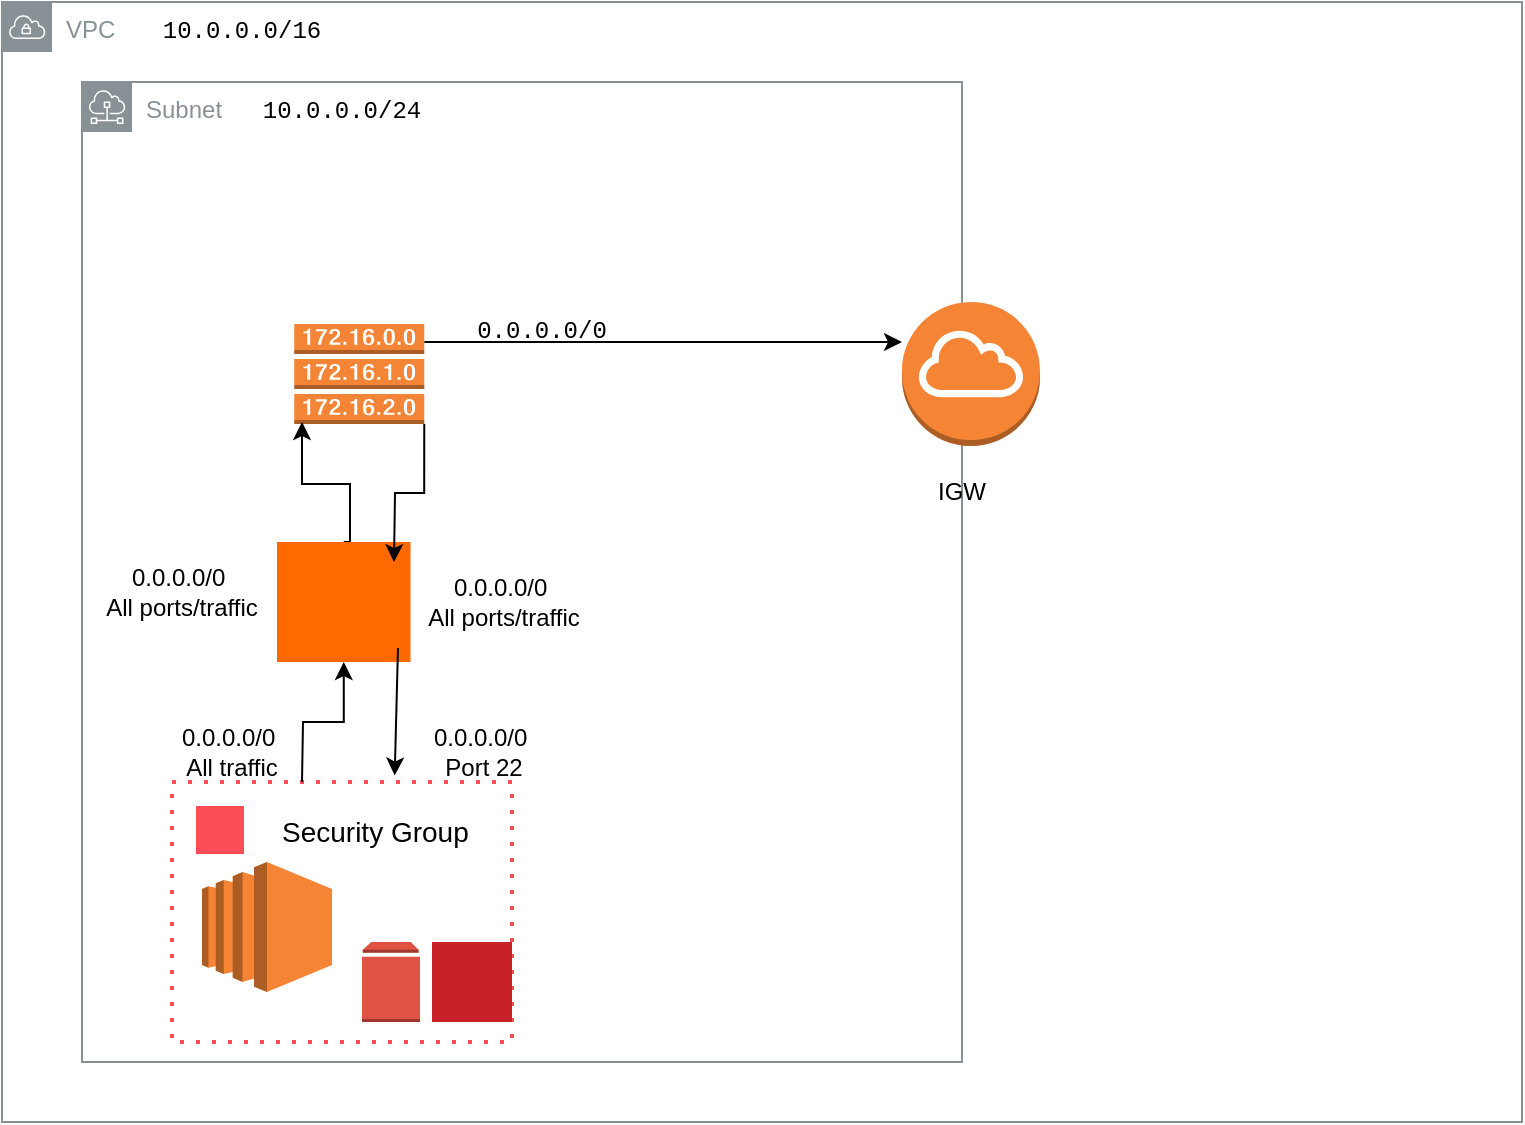
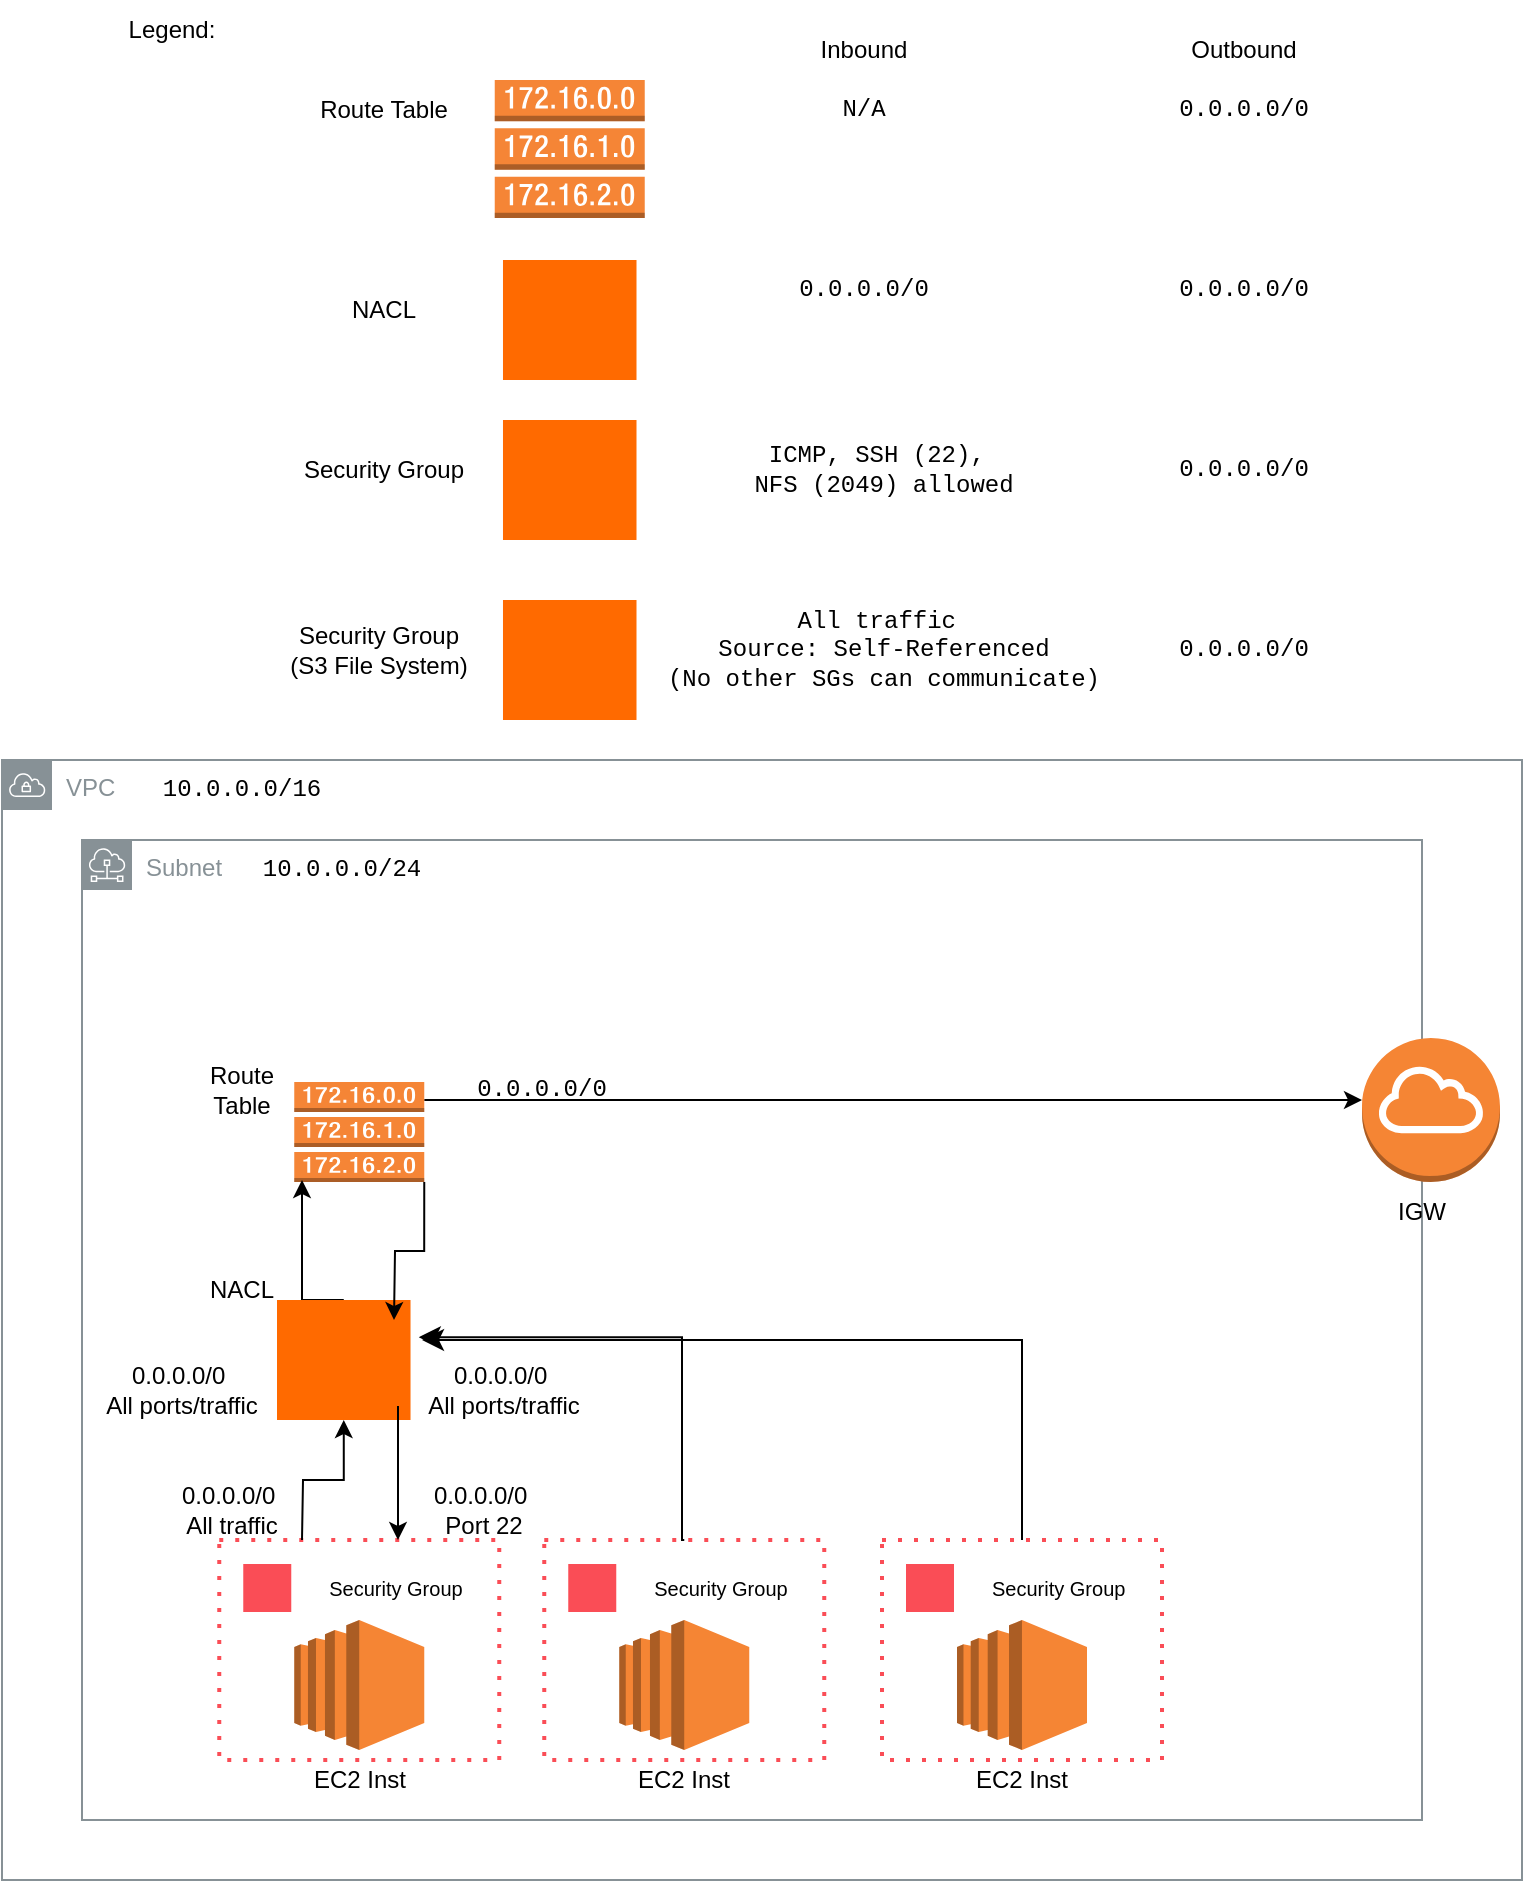
<mxfile host="app.diagrams.net">
  <diagram name="Page-1" id="99-FWLO-eOvYwbZzaP96">
-     <mxGraphModel dx="1030" dy="574" grid="1" gridSize="10" guides="1" tooltips="1" connect="1" arrows="1" fold="1" page="1" pageScale="1" pageWidth="850" pageHeight="1100" math="0" shadow="0">
+     <mxGraphModel dx="1030" dy="1674" grid="1" gridSize="10" guides="1" tooltips="1" connect="1" arrows="1" fold="1" page="1" pageScale="1" pageWidth="850" pageHeight="1100" math="0" shadow="0">
      <root>
        <mxCell id="0" />
        <mxCell id="1" parent="0" />
        <mxCell id="lAb9xAig6UtmX9_D0jyR-8" parent="1" style="sketch=0;outlineConnect=0;gradientColor=none;html=1;whiteSpace=wrap;fontSize=12;fontStyle=0;shape=mxgraph.aws4.group;grIcon=mxgraph.aws4.group_vpc;strokeColor=#879196;fillColor=none;verticalAlign=top;align=left;spacingLeft=30;fontColor=#879196;dashed=0;" value="VPC" vertex="1">
          <mxGeometry height="560" width="760" x="40" y="360" as="geometry" />
        </mxCell>
        <mxCell id="lAb9xAig6UtmX9_D0jyR-3" parent="1" style="sketch=0;outlineConnect=0;gradientColor=none;html=1;whiteSpace=wrap;fontSize=12;fontStyle=0;shape=mxgraph.aws4.group;grIcon=mxgraph.aws4.group_subnet;strokeColor=#879196;fillColor=none;verticalAlign=top;align=left;spacingLeft=30;fontColor=#879196;dashed=0;" value="Subnet" vertex="1">
-           <mxGeometry height="490" width="440" x="80" y="400" as="geometry" />
+           <mxGeometry height="490" width="670" x="80" y="400" as="geometry" />
        </mxCell>
        <mxCell id="lAb9xAig6UtmX9_D0jyR-20" edge="1" parent="1" source="lAb9xAig6UtmX9_D0jyR-2" style="edgeStyle=orthogonalEdgeStyle;rounded=0;orthogonalLoop=1;jettySize=auto;html=1;" target="lAb9xAig6UtmX9_D0jyR-9">
          <mxGeometry relative="1" as="geometry">
            <Array as="points">
              <mxPoint x="370" y="530" />
              <mxPoint x="370" y="530" />
            </Array>
          </mxGeometry>
        </mxCell>
        <mxCell id="lAb9xAig6UtmX9_D0jyR-2" parent="1" style="outlineConnect=0;dashed=0;verticalLabelPosition=bottom;verticalAlign=top;align=center;html=1;shape=mxgraph.aws3.route_table;fillColor=#F58536;gradientColor=none;" value="" vertex="1">
          <mxGeometry height="50" width="65" x="186.13" y="521" as="geometry" />
        </mxCell>
        <mxCell id="lAb9xAig6UtmX9_D0jyR-4" parent="1" style="container=1;collapsible=0;expand=0;recursiveResize=0;html=1;whiteSpace=wrap;strokeColor=#FA4D56;fillColor=none;dashed=1;dashPattern=1 3;strokeWidth=2" value="" vertex="1">
-           <mxGeometry height="130" width="170" x="125" y="750" as="geometry" />
-         </mxCell>
-         <mxCell id="lAb9xAig6UtmX9_D0jyR-5" parent="lAb9xAig6UtmX9_D0jyR-4" style="shape=rect;fillColor=none;aspect=fixed;resizable=0;labelPosition=right;verticalLabelPosition=middle;align=left;verticalAlign=middle;strokeColor=none;part=1;spacingLeft=5;fontSize=14;" value="Security Group" vertex="1">
+           <mxGeometry height="110" width="140" x="148.63" y="750" as="geometry" />
+         </mxCell>
+         <mxCell id="lAb9xAig6UtmX9_D0jyR-5" parent="lAb9xAig6UtmX9_D0jyR-4" style="shape=rect;fillColor=none;aspect=fixed;resizable=0;labelPosition=right;verticalLabelPosition=middle;align=left;verticalAlign=middle;strokeColor=none;part=1;spacingLeft=5;fontSize=10;" value="Security Group" vertex="1">
          <mxGeometry height="48" relative="1" width="48" as="geometry" />
        </mxCell>
        <mxCell id="lAb9xAig6UtmX9_D0jyR-6" parent="lAb9xAig6UtmX9_D0jyR-5" style="fillColor=#FA4D56;shape=mxgraph.ibm_cloud.group--security;strokeColor=none;dashed=0;outlineConnect=0;html=1;labelPosition=center;verticalLabelPosition=bottom;verticalAlign=top;part=1;movable=0;resizable=0;rotatable=0;" value="" vertex="1">
          <mxGeometry height="24" relative="1" width="24" as="geometry">
            <mxPoint x="12" y="12" as="offset" />
          </mxGeometry>
        </mxCell>
        <mxCell id="lAb9xAig6UtmX9_D0jyR-1" parent="lAb9xAig6UtmX9_D0jyR-4" style="outlineConnect=0;dashed=0;verticalLabelPosition=bottom;verticalAlign=top;align=center;html=1;shape=mxgraph.aws3.ec2;fillColor=#F58534;gradientColor=none;" value="" vertex="1">
-           <mxGeometry height="65" width="65" x="15" y="40" as="geometry" />
-         </mxCell>
-         <mxCell id="lAb9xAig6UtmX9_D0jyR-7" parent="lAb9xAig6UtmX9_D0jyR-4" style="fillColor=#C82128;aspect=fixed;sketch=0;pointerEvents=1;shadow=0;dashed=0;html=1;strokeColor=none;labelPosition=center;verticalLabelPosition=bottom;outlineConnect=0;verticalAlign=top;align=center;shape=mxgraph.openstack.nova_keypair;" value="" vertex="1">
-           <mxGeometry height="40" width="40" x="130" y="80" as="geometry" />
-         </mxCell>
-         <mxCell id="lAb9xAig6UtmX9_D0jyR-45" parent="lAb9xAig6UtmX9_D0jyR-4" style="outlineConnect=0;dashed=0;verticalLabelPosition=bottom;verticalAlign=top;align=center;html=1;shape=mxgraph.aws3.volume;fillColor=#E05243;gradientColor=none;" value="" vertex="1">
-           <mxGeometry height="40" width="29" x="95" y="80" as="geometry" />
+           <mxGeometry height="65" width="65" x="37.5" y="40" as="geometry" />
        </mxCell>
        <mxCell id="lAb9xAig6UtmX9_D0jyR-9" parent="1" style="outlineConnect=0;dashed=0;verticalLabelPosition=bottom;verticalAlign=top;align=center;html=1;shape=mxgraph.aws3.internet_gateway;fillColor=#F58534;gradientColor=none;" value="" vertex="1">
-           <mxGeometry height="72" width="69" x="490" y="510" as="geometry" />
+           <mxGeometry height="72" width="69" x="720" y="499" as="geometry" />
        </mxCell>
        <mxCell id="lAb9xAig6UtmX9_D0jyR-15" parent="1" style="text;html=1;whiteSpace=wrap;strokeColor=none;fillColor=none;align=center;verticalAlign=middle;rounded=0;autosize=1;resizable=0;fontFamily=Courier New;" value="10.0.0.0/16" vertex="1">
          <mxGeometry height="30" width="100" x="110" y="360" as="geometry" />
        </mxCell>
        <mxCell id="lAb9xAig6UtmX9_D0jyR-16" parent="1" style="text;html=1;whiteSpace=wrap;strokeColor=none;fillColor=none;align=center;verticalAlign=middle;rounded=0;autosize=1;resizable=0;fontFamily=Courier New;" value="10.0.0.0/24" vertex="1">
          <mxGeometry height="30" width="100" x="160" y="400" as="geometry" />
        </mxCell>
        <mxCell id="lAb9xAig6UtmX9_D0jyR-18" edge="1" parent="1" source="lAb9xAig6UtmX9_D0jyR-29" style="edgeStyle=orthogonalEdgeStyle;rounded=0;orthogonalLoop=1;jettySize=auto;html=1;exitX=0.5;exitY=0;exitDx=0;exitDy=0;">
          <mxGeometry relative="1" as="geometry">
            <Array as="points">
-               <mxPoint x="214" y="601" />
-               <mxPoint x="190" y="601" />
+               <mxPoint x="190" y="630" />
            </Array>
            <mxPoint x="190" y="750" as="sourcePoint" />
            <mxPoint x="190" y="570" as="targetPoint" />
          </mxGeometry>
        </mxCell>
        <mxCell id="lAb9xAig6UtmX9_D0jyR-21" parent="1" style="text;html=1;whiteSpace=wrap;strokeColor=none;fillColor=none;align=center;verticalAlign=middle;rounded=0;autosize=1;resizable=0;fontFamily=Courier New;" value="0.0.0.0/0" vertex="1">
          <mxGeometry height="30" width="90" x="265" y="510" as="geometry" />
        </mxCell>
        <mxCell id="lAb9xAig6UtmX9_D0jyR-22" parent="1" style="text;html=1;whiteSpace=wrap;strokeColor=none;fillColor=none;align=center;verticalAlign=middle;rounded=0;" value="IGW" vertex="1">
-           <mxGeometry height="30" width="60" x="490" y="590" as="geometry" />
+           <mxGeometry height="30" width="60" x="720" y="571" as="geometry" />
        </mxCell>
        <mxCell id="lAb9xAig6UtmX9_D0jyR-31" edge="1" parent="1" style="edgeStyle=orthogonalEdgeStyle;rounded=0;orthogonalLoop=1;jettySize=auto;html=1;exitX=0.5;exitY=0;exitDx=0;exitDy=0;entryX=0.5;entryY=1;entryDx=0;entryDy=0;entryPerimeter=0;" target="lAb9xAig6UtmX9_D0jyR-29" value="">
          <mxGeometry relative="1" as="geometry">
            <mxPoint x="190" y="750" as="sourcePoint" />
            <mxPoint x="190" y="571" as="targetPoint" />
          </mxGeometry>
        </mxCell>
        <mxCell id="lAb9xAig6UtmX9_D0jyR-29" parent="1" style="points=[];aspect=fixed;html=1;align=center;shadow=0;dashed=0;fillColor=#FF6A00;strokeColor=none;shape=mxgraph.alibaba_cloud.network_acl_access_control_list;" value="" vertex="1">
          <mxGeometry height="60" width="66.76" x="177.5" y="630" as="geometry" />
        </mxCell>
        <mxCell id="lAb9xAig6UtmX9_D0jyR-37" edge="1" parent="1" source="lAb9xAig6UtmX9_D0jyR-2" style="edgeStyle=orthogonalEdgeStyle;rounded=0;orthogonalLoop=1;jettySize=auto;html=1;exitX=1;exitY=1;exitDx=0;exitDy=0;exitPerimeter=0;">
          <mxGeometry relative="1" as="geometry">
            <mxPoint x="236" y="640" as="targetPoint" />
          </mxGeometry>
        </mxCell>
-         <mxCell id="lAb9xAig6UtmX9_D0jyR-39" edge="1" parent="1" source="lAb9xAig6UtmX9_D0jyR-29" style="endArrow=classic;html=1;rounded=0;entryX=0.655;entryY=-0.025;entryDx=0;entryDy=0;entryPerimeter=0;exitX=0.906;exitY=0.883;exitDx=0;exitDy=0;exitPerimeter=0;" target="lAb9xAig6UtmX9_D0jyR-4" value="">
+         <mxCell id="lAb9xAig6UtmX9_D0jyR-39" edge="1" parent="1" source="lAb9xAig6UtmX9_D0jyR-29" style="endArrow=classic;html=1;rounded=0;exitX=0.906;exitY=0.883;exitDx=0;exitDy=0;exitPerimeter=0;" value="">
          <mxGeometry height="50" relative="1" width="50" as="geometry">
            <mxPoint x="400" y="670" as="sourcePoint" />
-             <mxPoint x="450" y="620" as="targetPoint" />
+             <mxPoint x="238" y="750" as="targetPoint" />
          </mxGeometry>
        </mxCell>
        <mxCell id="lAb9xAig6UtmX9_D0jyR-41" parent="1" style="text;html=1;whiteSpace=wrap;strokeColor=none;fillColor=none;align=center;verticalAlign=middle;rounded=0;" value="0.0.0.0/0&lt;span style=&quot;background-color: transparent; color: light-dark(rgb(0, 0, 0), rgb(255, 255, 255));&quot;&gt;&amp;nbsp;&lt;/span&gt;&lt;div&gt;All ports/traffic&lt;/div&gt;" vertex="1">
-           <mxGeometry height="30" width="80" x="90" y="640" as="geometry" />
+           <mxGeometry height="30" width="80" x="90" y="660" as="geometry" />
        </mxCell>
        <mxCell id="lAb9xAig6UtmX9_D0jyR-42" parent="1" style="text;html=1;whiteSpace=wrap;strokeColor=none;fillColor=none;align=center;verticalAlign=middle;rounded=0;" value="0.0.0.0/0&lt;span style=&quot;background-color: transparent; color: light-dark(rgb(0, 0, 0), rgb(255, 255, 255));&quot;&gt;&amp;nbsp;&lt;/span&gt;&lt;div&gt;Port 22&lt;/div&gt;" vertex="1">
          <mxGeometry height="30" width="60" x="251.13" y="720" as="geometry" />
        </mxCell>
        <mxCell id="lAb9xAig6UtmX9_D0jyR-43" parent="1" style="text;html=1;whiteSpace=wrap;strokeColor=none;fillColor=none;align=center;verticalAlign=middle;rounded=0;" value="0.0.0.0/0&lt;span style=&quot;background-color: transparent; color: light-dark(rgb(0, 0, 0), rgb(255, 255, 255));&quot;&gt;&amp;nbsp;&lt;/span&gt;&lt;div&gt;All traffic&lt;/div&gt;" vertex="1">
          <mxGeometry height="30" width="60" x="125" y="720" as="geometry" />
        </mxCell>
        <mxCell id="lAb9xAig6UtmX9_D0jyR-44" parent="1" style="text;html=1;whiteSpace=wrap;strokeColor=none;fillColor=none;align=center;verticalAlign=middle;rounded=0;" value="0.0.0.0/0&lt;span style=&quot;background-color: transparent; color: light-dark(rgb(0, 0, 0), rgb(255, 255, 255));&quot;&gt;&amp;nbsp;&lt;/span&gt;&lt;div&gt;All ports/traffic&lt;/div&gt;" vertex="1">
-           <mxGeometry height="30" width="80" x="251.13" y="645" as="geometry" />
+           <mxGeometry height="30" width="80" x="251.13" y="660" as="geometry" />
+         </mxCell>
+         <mxCell id="1rBME7mPBvshFew3qNwZ-1" parent="1" style="text;html=1;whiteSpace=wrap;strokeColor=none;fillColor=none;align=center;verticalAlign=middle;rounded=0;" value="NACL" vertex="1">
+           <mxGeometry height="30" width="40" x="140" y="610" as="geometry" />
+         </mxCell>
+         <mxCell id="1rBME7mPBvshFew3qNwZ-2" parent="1" style="text;html=1;whiteSpace=wrap;strokeColor=none;fillColor=none;align=center;verticalAlign=middle;rounded=0;" value="Route Table" vertex="1">
+           <mxGeometry height="30" width="40" x="140" y="510" as="geometry" />
+         </mxCell>
+         <mxCell id="1rBME7mPBvshFew3qNwZ-5" parent="1" style="container=1;collapsible=0;expand=0;recursiveResize=0;html=1;whiteSpace=wrap;strokeColor=#FA4D56;fillColor=none;dashed=1;dashPattern=1 3;strokeWidth=2" value="" vertex="1">
+           <mxGeometry height="110" width="140" x="311.13" y="750" as="geometry" />
+         </mxCell>
+         <mxCell id="1rBME7mPBvshFew3qNwZ-6" parent="1rBME7mPBvshFew3qNwZ-5" style="shape=rect;fillColor=none;aspect=fixed;resizable=0;labelPosition=right;verticalLabelPosition=middle;align=left;verticalAlign=middle;strokeColor=none;part=1;spacingLeft=5;fontSize=10;" value="Security Group" vertex="1">
+           <mxGeometry height="48" relative="1" width="48" as="geometry" />
+         </mxCell>
+         <mxCell id="1rBME7mPBvshFew3qNwZ-7" parent="1rBME7mPBvshFew3qNwZ-6" style="fillColor=#FA4D56;shape=mxgraph.ibm_cloud.group--security;strokeColor=none;dashed=0;outlineConnect=0;html=1;labelPosition=center;verticalLabelPosition=bottom;verticalAlign=top;part=1;movable=0;resizable=0;rotatable=0;" value="" vertex="1">
+           <mxGeometry height="24" relative="1" width="24" as="geometry">
+             <mxPoint x="12" y="12" as="offset" />
+           </mxGeometry>
+         </mxCell>
+         <mxCell id="1rBME7mPBvshFew3qNwZ-8" parent="1rBME7mPBvshFew3qNwZ-5" style="outlineConnect=0;dashed=0;verticalLabelPosition=bottom;verticalAlign=top;align=center;html=1;shape=mxgraph.aws3.ec2;fillColor=#F58534;gradientColor=none;" value="" vertex="1">
+           <mxGeometry height="65" width="65" x="37.5" y="40" as="geometry" />
+         </mxCell>
+         <mxCell id="1rBME7mPBvshFew3qNwZ-3" parent="1" style="text;html=1;whiteSpace=wrap;strokeColor=none;fillColor=none;align=center;verticalAlign=middle;rounded=0;" value="EC2 Inst" vertex="1">
+           <mxGeometry height="30" width="50" x="193.63" y="855" as="geometry" />
+         </mxCell>
+         <mxCell id="1rBME7mPBvshFew3qNwZ-9" parent="1" style="text;html=1;whiteSpace=wrap;strokeColor=none;fillColor=none;align=center;verticalAlign=middle;rounded=0;" value="EC2 Inst" vertex="1">
+           <mxGeometry height="30" width="50" x="356.13" y="855" as="geometry" />
+         </mxCell>
+         <mxCell id="1rBME7mPBvshFew3qNwZ-10" parent="1" style="container=1;collapsible=0;expand=0;recursiveResize=0;html=1;whiteSpace=wrap;strokeColor=#FA4D56;fillColor=none;dashed=1;dashPattern=1 3;strokeWidth=2" value="" vertex="1">
+           <mxGeometry height="110" width="140" x="480" y="750" as="geometry" />
+         </mxCell>
+         <mxCell id="1rBME7mPBvshFew3qNwZ-11" parent="1rBME7mPBvshFew3qNwZ-10" style="shape=rect;fillColor=none;aspect=fixed;resizable=0;labelPosition=right;verticalLabelPosition=middle;align=left;verticalAlign=middle;strokeColor=none;part=1;spacingLeft=5;fontSize=10;" value="Security Group" vertex="1">
+           <mxGeometry height="48" relative="1" width="48" as="geometry" />
+         </mxCell>
+         <mxCell id="1rBME7mPBvshFew3qNwZ-12" parent="1rBME7mPBvshFew3qNwZ-11" style="fillColor=#FA4D56;shape=mxgraph.ibm_cloud.group--security;strokeColor=none;dashed=0;outlineConnect=0;html=1;labelPosition=center;verticalLabelPosition=bottom;verticalAlign=top;part=1;movable=0;resizable=0;rotatable=0;" value="" vertex="1">
+           <mxGeometry height="24" relative="1" width="24" as="geometry">
+             <mxPoint x="12" y="12" as="offset" />
+           </mxGeometry>
+         </mxCell>
+         <mxCell id="1rBME7mPBvshFew3qNwZ-13" parent="1rBME7mPBvshFew3qNwZ-10" style="outlineConnect=0;dashed=0;verticalLabelPosition=bottom;verticalAlign=top;align=center;html=1;shape=mxgraph.aws3.ec2;fillColor=#F58534;gradientColor=none;" value="" vertex="1">
+           <mxGeometry height="65" width="65" x="37.5" y="40" as="geometry" />
+         </mxCell>
+         <mxCell id="1rBME7mPBvshFew3qNwZ-14" parent="1" style="text;html=1;whiteSpace=wrap;strokeColor=none;fillColor=none;align=center;verticalAlign=middle;rounded=0;" value="EC2 Inst" vertex="1">
+           <mxGeometry height="30" width="50" x="525" y="855" as="geometry" />
+         </mxCell>
+         <mxCell id="1rBME7mPBvshFew3qNwZ-20" edge="1" parent="1" source="1rBME7mPBvshFew3qNwZ-5" style="edgeStyle=elbowEdgeStyle;elbow=horizontal;endArrow=classic;html=1;curved=0;rounded=0;endSize=8;startSize=8;entryX=1.062;entryY=0.31;entryDx=0;entryDy=0;entryPerimeter=0;exitX=0.5;exitY=0;exitDx=0;exitDy=0;" target="lAb9xAig6UtmX9_D0jyR-29" value="">
+           <mxGeometry height="50" relative="1" width="50" as="geometry">
+             <Array as="points">
+               <mxPoint x="380" y="700" />
+             </Array>
+             <mxPoint x="460" y="700" as="sourcePoint" />
+             <mxPoint x="510" y="650" as="targetPoint" />
+           </mxGeometry>
+         </mxCell>
+         <mxCell id="1rBME7mPBvshFew3qNwZ-21" edge="1" parent="1" source="1rBME7mPBvshFew3qNwZ-10" style="edgeStyle=elbowEdgeStyle;elbow=horizontal;endArrow=classic;html=1;curved=0;rounded=0;endSize=8;startSize=8;exitX=0.5;exitY=0;exitDx=0;exitDy=0;" value="">
+           <mxGeometry height="50" relative="1" width="50" as="geometry">
+             <Array as="points">
+               <mxPoint x="550" y="710" />
+             </Array>
+             <mxPoint x="558" y="750" as="sourcePoint" />
+             <mxPoint x="250" y="650" as="targetPoint" />
+           </mxGeometry>
+         </mxCell>
+         <mxCell id="1rBME7mPBvshFew3qNwZ-159" parent="1" style="outlineConnect=0;dashed=0;verticalLabelPosition=bottom;verticalAlign=top;align=center;html=1;shape=mxgraph.aws3.route_table;fillColor=#F58536;gradientColor=none;" value="" vertex="1">
+           <mxGeometry height="69" width="75" x="286.37" y="20" as="geometry" />
+         </mxCell>
+         <mxCell id="1rBME7mPBvshFew3qNwZ-160" parent="1" style="text;html=1;whiteSpace=wrap;strokeColor=none;fillColor=none;align=center;verticalAlign=middle;rounded=0;" value="Route Table" vertex="1">
+           <mxGeometry height="30" width="90" x="186.37" y="20" as="geometry" />
+         </mxCell>
+         <mxCell id="1rBME7mPBvshFew3qNwZ-161" parent="1" style="text;html=1;whiteSpace=wrap;strokeColor=none;fillColor=none;align=center;verticalAlign=middle;rounded=0;" value="Legend:" vertex="1">
+           <mxGeometry height="30" width="90" x="80" y="-20" as="geometry" />
+         </mxCell>
+         <mxCell id="1rBME7mPBvshFew3qNwZ-162" parent="1" style="text;html=1;whiteSpace=wrap;strokeColor=none;fillColor=none;align=center;verticalAlign=middle;rounded=0;" value="Inbound" vertex="1">
+           <mxGeometry height="30" width="60" x="441.37" y="-10" as="geometry" />
+         </mxCell>
+         <mxCell id="1rBME7mPBvshFew3qNwZ-163" parent="1" style="text;html=1;whiteSpace=wrap;strokeColor=none;fillColor=none;align=center;verticalAlign=middle;rounded=0;" value="Out&lt;span style=&quot;background-color: transparent; color: light-dark(rgb(0, 0, 0), rgb(255, 255, 255));&quot;&gt;bound&lt;/span&gt;" vertex="1">
+           <mxGeometry height="30" width="60" x="631.37" y="-10" as="geometry" />
+         </mxCell>
+         <mxCell id="1rBME7mPBvshFew3qNwZ-164" parent="1" style="text;html=1;whiteSpace=wrap;strokeColor=none;fillColor=none;align=center;verticalAlign=middle;rounded=0;autosize=1;resizable=0;fontFamily=Courier New;" value="0.0.0.0/0" vertex="1">
+           <mxGeometry height="30" width="90" x="616.37" y="20" as="geometry" />
+         </mxCell>
+         <mxCell id="1rBME7mPBvshFew3qNwZ-165" parent="1" style="text;html=1;whiteSpace=wrap;strokeColor=none;fillColor=none;align=center;verticalAlign=middle;rounded=0;autosize=1;resizable=0;fontFamily=Courier New;" value="N/A" vertex="1">
+           <mxGeometry height="30" width="50" x="446.37" y="20" as="geometry" />
+         </mxCell>
+         <mxCell id="1rBME7mPBvshFew3qNwZ-166" parent="1" style="text;html=1;whiteSpace=wrap;strokeColor=none;fillColor=none;align=center;verticalAlign=middle;rounded=0;" value="NACL" vertex="1">
+           <mxGeometry height="30" width="90" x="186.37" y="120" as="geometry" />
+         </mxCell>
+         <mxCell id="1rBME7mPBvshFew3qNwZ-167" parent="1" style="text;html=1;whiteSpace=wrap;strokeColor=none;fillColor=none;align=center;verticalAlign=middle;rounded=0;autosize=1;resizable=0;fontFamily=Courier New;" value="0.0.0.0/0" vertex="1">
+           <mxGeometry height="30" width="90" x="616.37" y="110" as="geometry" />
+         </mxCell>
+         <mxCell id="1rBME7mPBvshFew3qNwZ-168" parent="1" style="text;html=1;whiteSpace=wrap;strokeColor=none;fillColor=none;align=center;verticalAlign=middle;rounded=0;autosize=1;resizable=0;fontFamily=Courier New;" value="0.0.0.0/0" vertex="1">
+           <mxGeometry height="30" width="90" x="426.37" y="110" as="geometry" />
+         </mxCell>
+         <mxCell id="1rBME7mPBvshFew3qNwZ-169" parent="1" style="points=[];aspect=fixed;html=1;align=center;shadow=0;dashed=0;fillColor=#FF6A00;strokeColor=none;shape=mxgraph.alibaba_cloud.network_acl_access_control_list;" value="" vertex="1">
+           <mxGeometry height="60" width="66.76" x="290.49" y="110" as="geometry" />
+         </mxCell>
+         <mxCell id="1rBME7mPBvshFew3qNwZ-170" parent="1" style="text;html=1;whiteSpace=wrap;strokeColor=none;fillColor=none;align=center;verticalAlign=middle;rounded=0;" value="Security Group" vertex="1">
+           <mxGeometry height="30" width="90" x="186.37" y="200" as="geometry" />
+         </mxCell>
+         <mxCell id="1rBME7mPBvshFew3qNwZ-171" parent="1" style="text;html=1;whiteSpace=wrap;strokeColor=none;fillColor=none;align=center;verticalAlign=middle;rounded=0;autosize=1;resizable=0;fontFamily=Courier New;" value="0.0.0.0/0" vertex="1">
+           <mxGeometry height="30" width="90" x="616.37" y="200" as="geometry" />
+         </mxCell>
+         <mxCell id="1rBME7mPBvshFew3qNwZ-172" parent="1" style="text;html=1;whiteSpace=wrap;strokeColor=none;fillColor=none;align=center;verticalAlign=middle;rounded=0;autosize=1;resizable=0;fontFamily=Courier New;" value="ICMP, SSH (22),&amp;nbsp;&lt;div&gt;NFS (2049) allowed&lt;/div&gt;" vertex="1">
+           <mxGeometry height="40" width="150" x="406.37" y="195" as="geometry" />
+         </mxCell>
+         <mxCell id="1rBME7mPBvshFew3qNwZ-173" parent="1" style="points=[];aspect=fixed;html=1;align=center;shadow=0;dashed=0;fillColor=#FF6A00;strokeColor=none;shape=mxgraph.alibaba_cloud.network_acl_access_control_list;" value="" vertex="1">
+           <mxGeometry height="60" width="66.76" x="290.49" y="190" as="geometry" />
+         </mxCell>
+         <mxCell id="1rBME7mPBvshFew3qNwZ-174" parent="1" style="text;html=1;whiteSpace=wrap;strokeColor=none;fillColor=none;align=center;verticalAlign=middle;rounded=0;" value="Security Group (S3 File System)" vertex="1">
+           <mxGeometry height="30" width="95" x="181.37" y="290" as="geometry" />
+         </mxCell>
+         <mxCell id="1rBME7mPBvshFew3qNwZ-175" parent="1" style="text;html=1;whiteSpace=wrap;strokeColor=none;fillColor=none;align=center;verticalAlign=middle;rounded=0;autosize=1;resizable=0;fontFamily=Courier New;" value="0.0.0.0/0" vertex="1">
+           <mxGeometry height="30" width="90" x="616.37" y="290" as="geometry" />
+         </mxCell>
+         <mxCell id="1rBME7mPBvshFew3qNwZ-176" parent="1" style="text;html=1;whiteSpace=wrap;strokeColor=none;fillColor=none;align=center;verticalAlign=middle;rounded=0;autosize=1;resizable=0;fontFamily=Courier New;" value="All traffic&amp;nbsp;&lt;div&gt;&amp;nbsp;Source: Self-Referenced&amp;nbsp;&lt;div&gt;(No other SGs can communicate)&lt;/div&gt;&lt;/div&gt;" vertex="1">
+           <mxGeometry height="60" width="240" x="361.37" y="275" as="geometry" />
+         </mxCell>
+         <mxCell id="1rBME7mPBvshFew3qNwZ-177" parent="1" style="points=[];aspect=fixed;html=1;align=center;shadow=0;dashed=0;fillColor=#FF6A00;strokeColor=none;shape=mxgraph.alibaba_cloud.network_acl_access_control_list;" value="" vertex="1">
+           <mxGeometry height="60" width="66.76" x="290.49" y="280" as="geometry" />
        </mxCell>
      </root>
    </mxGraphModel>
  </diagram>
</mxfile>
